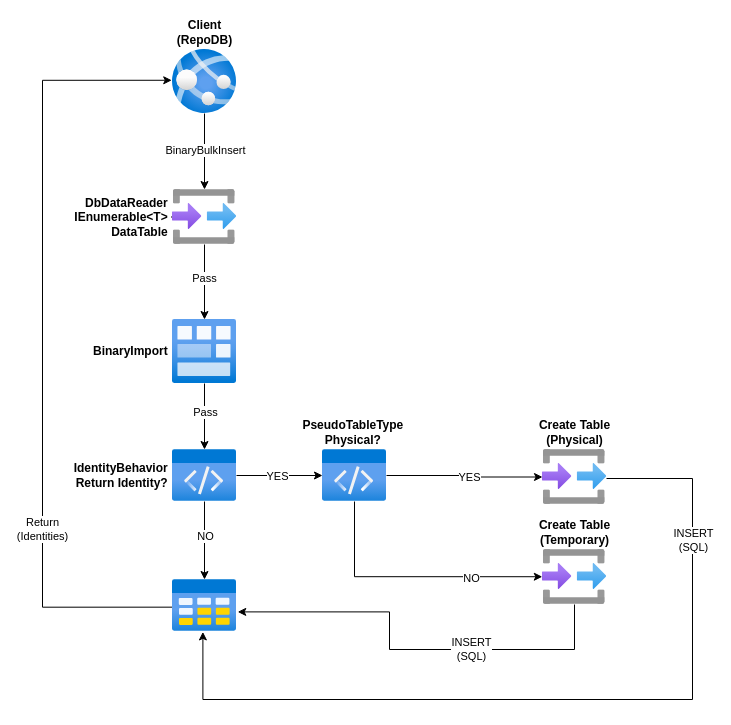
mikependon/RepoDb.Raw keeps this draw.io diagram as Files/DrawIO/binarybulkinsert.drawio. Above is the earlier version. Source tidied: cells renumbered, new cells numbered last; positions are measured from the earlier drawing's top-left corner, leaving out a move shared by most shapes. Both pictures are drawn from the tidied source at 100%, with x=0, y=0 at pixel (42, 49).
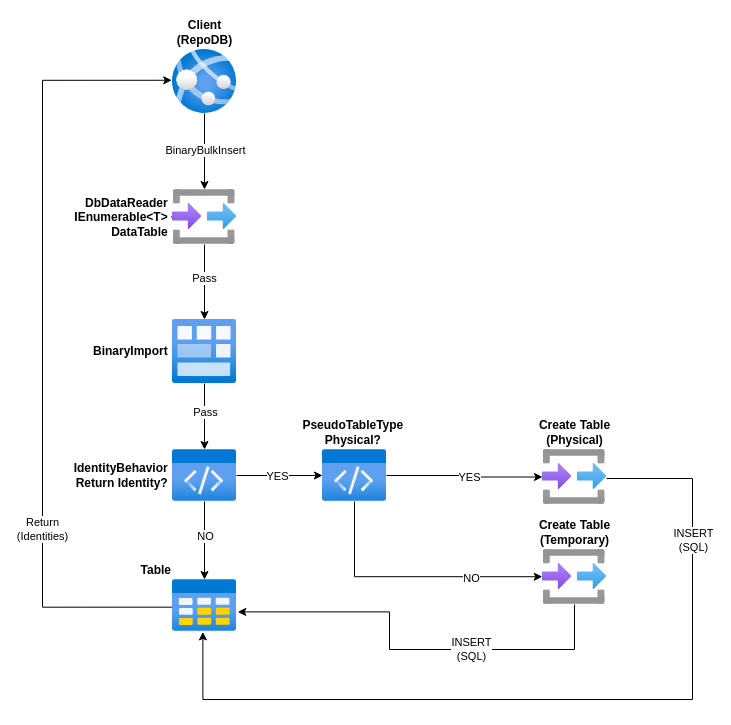
Above is the later version.

The edit, as a diff of the source:
```diff
@@
-    <mxCell id="19" style="html=1;points=[];align=center;image;fontSize=12;image=img/lib/azure2/general/Table.svg;" parent="1" vertex="1">
+    <mxCell id="19" value="Table" style="html=1;points=[];align=right;image;fontSize=12;image=img/lib/azure2/general/Table.svg;fontStyle=1;labelPosition=left;verticalLabelPosition=top;verticalAlign=bottom;" parent="1" vertex="1">
       <mxGeometry x="130" y="530" width="64" height="52" as="geometry" />
     </mxCell>
```
